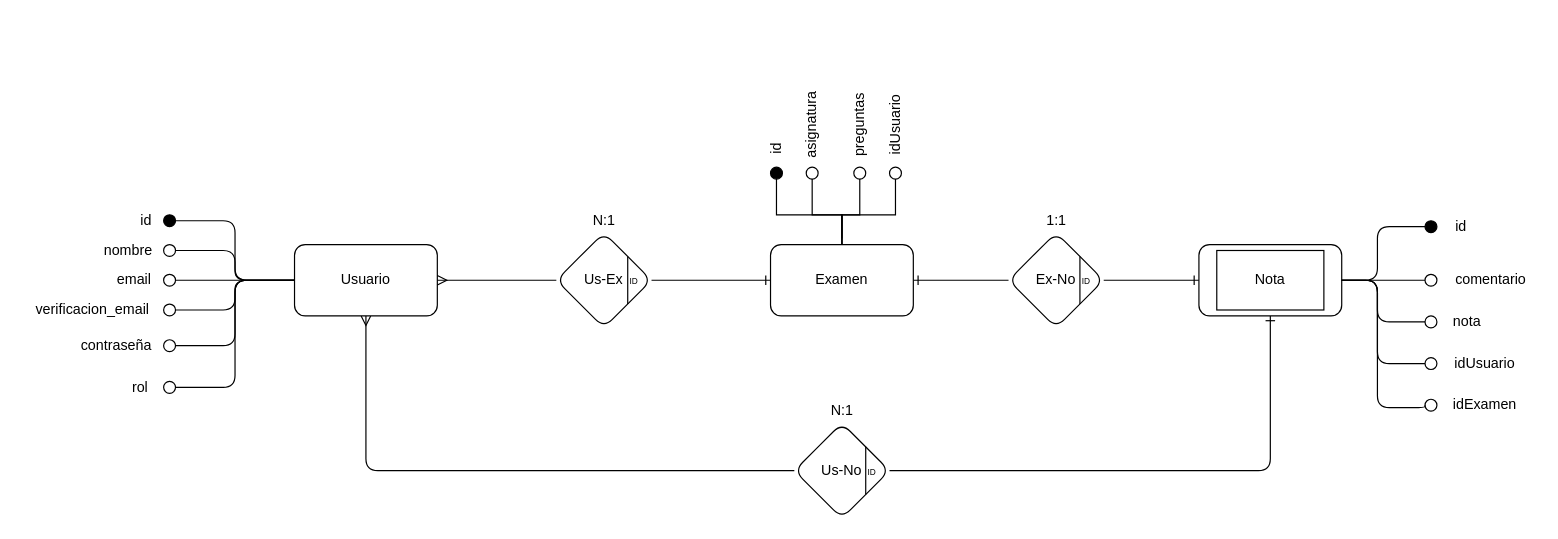
Earlier version of the draw.io diagram database/modelo_entidad_relacion.drawio (mamr98/TFG_DAW). Source tidied: cells renumbered, new cells numbered last; positions are measured from the earlier drawing's top-left corner, leaving out a move shared by most shapes. Both pictures are drawn from the tidied source at 119%, with x=0, y=0 at pixel (20, 107).
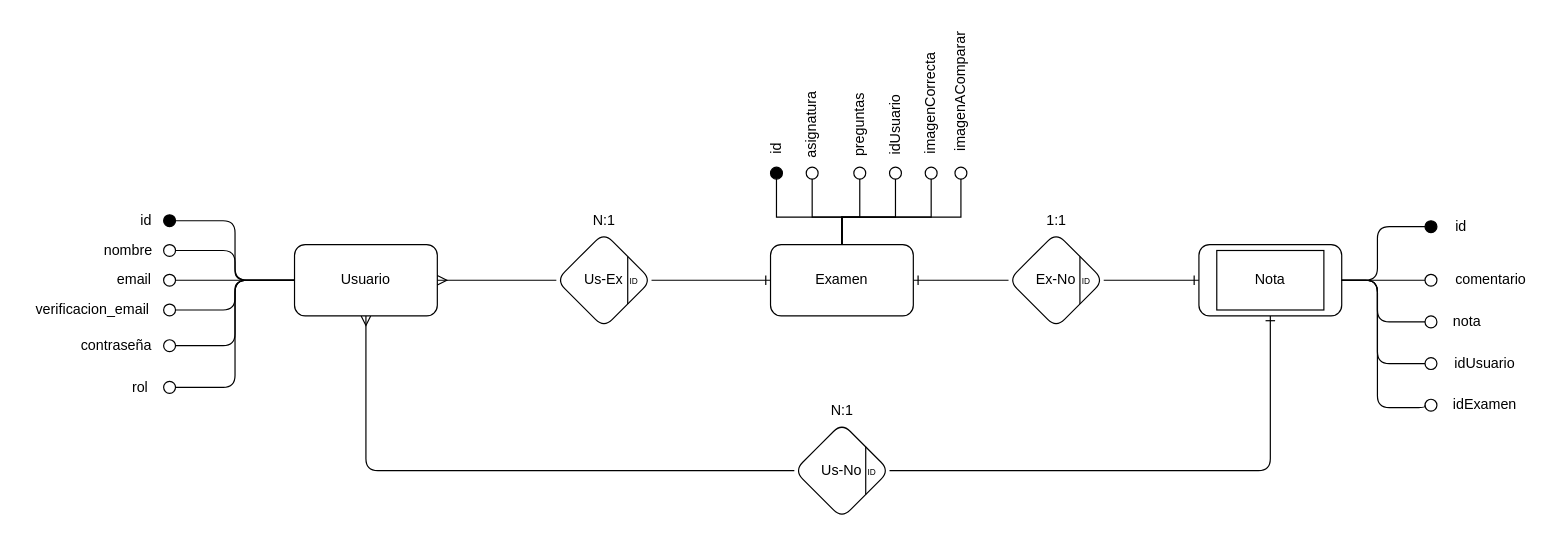
Above is the later version.

Unchanged cells that the change refers to:
```xml
<mxCell id="5" value="Examen" style="rounded=1;whiteSpace=wrap;html=1;" parent="1" vertex="1">
  <mxGeometry x="630" y="115" width="120" height="60" as="geometry" />
</mxCell>
<mxCell id="34" style="ellipse;whiteSpace=wrap;html=1;fillColor=#000000;fontColor=#ffffff;strokeColor=light-dark(#000000, #b2cbff);" parent="1" vertex="1">
  <mxGeometry x="630" y="50" width="10" height="10" as="geometry" />
</mxCell>
<mxCell id="38" style="ellipse;whiteSpace=wrap;html=1;" parent="1" vertex="1">
  <mxGeometry x="660" y="50" width="10" height="10" as="geometry" />
</mxCell>
<mxCell id="39" style="ellipse;whiteSpace=wrap;html=1;" parent="1" vertex="1">
  <mxGeometry x="700" y="50" width="10" height="10" as="geometry" />
</mxCell>
<mxCell id="40" style="ellipse;whiteSpace=wrap;html=1;" parent="1" vertex="1">
  <mxGeometry x="730" y="50" width="10" height="10" as="geometry" />
</mxCell>
```

Diff of the diagram source:
```diff
@@
     <mxCell id="35" style="edgeStyle=segmentEdgeStyle;endArrow=none;html=1;curved=0;rounded=0;endSize=8;startSize=8;sourcePerimeterSpacing=0;targetPerimeterSpacing=0;endFill=0;entryX=0.5;entryY=1;entryDx=0;entryDy=0;" parent="1" edge="1" target="40">
       <mxGeometry relative="1" as="geometry">
         <mxPoint x="690" y="110" as="sourcePoint" />
         <Array as="points">
-          <mxPoint x="690" y="90" />
-          <mxPoint x="735" y="90" />
+          <mxPoint x="690" y="92" />
+          <mxPoint x="735" y="92" />
         </Array>
       </mxGeometry>
     </mxCell>
     <mxCell id="36" style="edgeStyle=segmentEdgeStyle;endArrow=none;html=1;curved=0;rounded=0;endSize=8;startSize=8;sourcePerimeterSpacing=0;targetPerimeterSpacing=0;exitX=0.5;exitY=0;exitDx=0;exitDy=0;entryX=0.5;entryY=1;entryDx=0;entryDy=0;endFill=0;" parent="1" edge="1" source="5" target="39">
       <mxGeometry relative="1" as="geometry">
         <Array as="points">
-          <mxPoint x="690" y="90" />
-          <mxPoint x="705" y="90" />
+          <mxPoint x="690" y="92" />
+          <mxPoint x="705" y="92" />
         </Array>
       </mxGeometry>
     </mxCell>
     <mxCell id="37" style="edgeStyle=segmentEdgeStyle;endArrow=none;html=1;curved=0;rounded=0;endSize=8;startSize=8;sourcePerimeterSpacing=0;targetPerimeterSpacing=0;exitX=0.5;exitY=0;exitDx=0;exitDy=0;entryX=0.5;entryY=1;entryDx=0;entryDy=0;endFill=0;" parent="1" edge="1" source="5" target="38">
       <mxGeometry relative="1" as="geometry">
         <Array as="points">
-          <mxPoint x="690" y="90" />
-          <mxPoint x="665" y="90" />
+          <mxPoint x="690" y="92" />
+          <mxPoint x="665" y="92" />
         </Array>
       </mxGeometry>
     </mxCell>
@@
     <mxCell id="41" style="edgeStyle=segmentEdgeStyle;endArrow=none;html=1;curved=0;rounded=0;endSize=8;startSize=8;sourcePerimeterSpacing=0;targetPerimeterSpacing=0;endFill=0;entryX=0.5;entryY=1;entryDx=0;entryDy=0;exitX=0.5;exitY=0;exitDx=0;exitDy=0;" parent="1" edge="1" source="5" target="34">
       <mxGeometry relative="1" as="geometry">
         <Array as="points">
-          <mxPoint x="690" y="90" />
-          <mxPoint x="635" y="90" />
+          <mxPoint x="690" y="92" />
+          <mxPoint x="635" y="92" />
         </Array>
       </mxGeometry>
     </mxCell>
@@
+    <mxCell id="69" value="imagenCorrecta" style="text;html=1;align=center;verticalAlign=middle;strokeColor=none;fillColor=none;rotation=-90;" parent="1" vertex="1">
+      <mxGeometry x="710" y="-18" width="110" height="30" as="geometry" />
+    </mxCell>
+    <mxCell id="70" value="imagenAComparar" style="text;html=1;align=center;verticalAlign=middle;strokeColor=none;fillColor=none;rotation=-90;" parent="1" vertex="1">
+      <mxGeometry x="730" y="-28" width="120" height="30" as="geometry" />
+    </mxCell>
+    <mxCell id="71" style="ellipse;whiteSpace=wrap;html=1;" parent="1" vertex="1">
+      <mxGeometry x="760" y="50" width="10" height="10" as="geometry" />
+    </mxCell>
+    <mxCell id="72" style="ellipse;whiteSpace=wrap;html=1;" parent="1" vertex="1">
+      <mxGeometry x="785" y="50" width="10" height="10" as="geometry" />
+    </mxCell>
+    <mxCell id="73" style="edgeStyle=segmentEdgeStyle;endArrow=none;html=1;curved=0;rounded=0;endSize=8;startSize=8;sourcePerimeterSpacing=0;targetPerimeterSpacing=0;exitX=0.5;exitY=0;exitDx=0;exitDy=0;entryX=0.5;entryY=1;entryDx=0;entryDy=0;endFill=0;" parent="1" edge="1" source="5" target="71">
+      <mxGeometry relative="1" as="geometry">
+        <Array as="points">
+          <mxPoint x="690" y="92" />
+          <mxPoint x="765" y="92" />
+        </Array>
+      </mxGeometry>
+    </mxCell>
+    <mxCell id="74" style="edgeStyle=segmentEdgeStyle;endArrow=none;html=1;curved=0;rounded=0;endSize=8;startSize=8;sourcePerimeterSpacing=0;targetPerimeterSpacing=0;exitX=0.5;exitY=0;exitDx=0;exitDy=0;entryX=0.5;entryY=1;entryDx=0;entryDy=0;endFill=0;" parent="1" edge="1" source="5" target="72">
+      <mxGeometry relative="1" as="geometry">
+        <Array as="points">
+          <mxPoint x="690" y="92" />
+          <mxPoint x="790" y="92" />
+        </Array>
+      </mxGeometry>
+    </mxCell>
```
